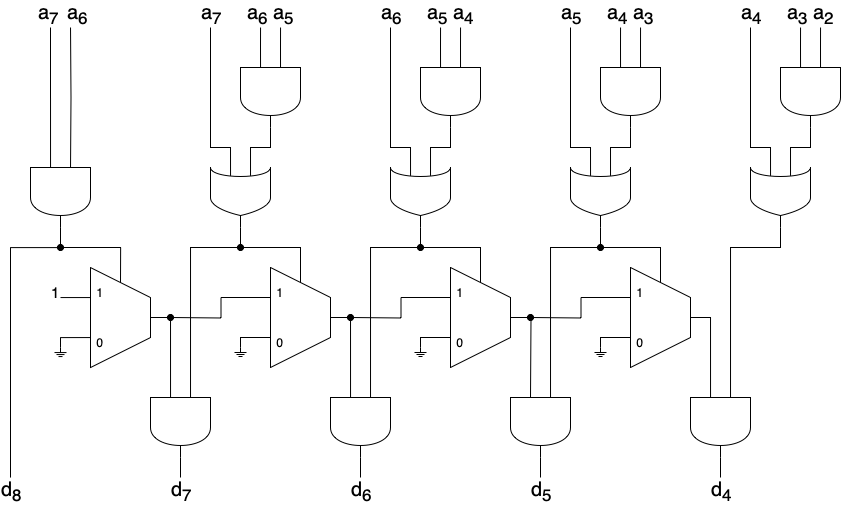
Earlier version of the draw.io export Logic Diagrams/CARRY_4BIT_SLICE.png (savedbyawaif/ApproxNOD). Source tidied: cells renumbered, new cells last; positions are measured from the earlier drawing's top-left corner, leaving out a move shared by most shapes.
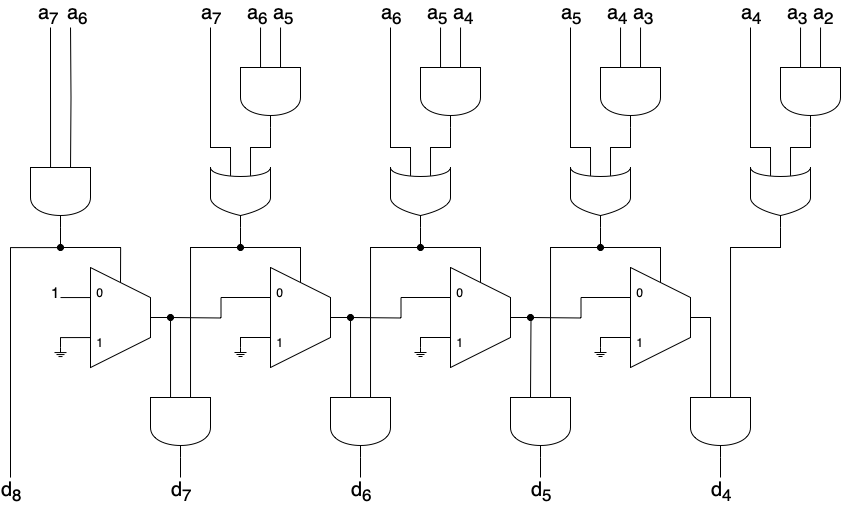
Later version of the same file.

Diff of the diagram source:
```diff
@@ -226,22 +226,22 @@
     <mxCell id="45" style="shape=(stored shape, 384 characters);whiteSpace=wrap;html=1;fontSize=10;direction=south;" parent="1" vertex="1">
       <mxGeometry x="680" y="370" width="60" height="60" as="geometry" />
     </mxCell>
-    <mxCell id="46" value="1" style="text;strokeColor=none;align=center;fillColor=none;html=1;verticalAlign=middle;whiteSpace=wrap;rounded=0;" parent="1" vertex="1">
+    <mxCell id="46" value="0" style="text;strokeColor=none;align=center;fillColor=none;html=1;verticalAlign=middle;whiteSpace=wrap;rounded=0;" parent="1" vertex="1">
       <mxGeometry x="80" y="250.1" width="20" height="30" as="geometry" />
     </mxCell>
-    <mxCell id="47" value="0" style="text;strokeColor=none;align=center;fillColor=none;html=1;verticalAlign=middle;whiteSpace=wrap;rounded=0;" parent="1" vertex="1">
+    <mxCell id="47" value="1" style="text;strokeColor=none;align=center;fillColor=none;html=1;verticalAlign=middle;whiteSpace=wrap;rounded=0;" parent="1" vertex="1">
       <mxGeometry x="80" y="300.1" width="20" height="30" as="geometry" />
     </mxCell>
-    <mxCell id="48" value="1" style="text;strokeColor=none;align=center;fillColor=none;html=1;verticalAlign=middle;whiteSpace=wrap;rounded=0;" parent="1" vertex="1">
+    <mxCell id="48" value="0" style="text;strokeColor=none;align=center;fillColor=none;html=1;verticalAlign=middle;whiteSpace=wrap;rounded=0;" parent="1" vertex="1">
       <mxGeometry x="440" y="250" width="20" height="30" as="geometry" />
     </mxCell>
-    <mxCell id="49" value="0" style="text;strokeColor=none;align=center;fillColor=none;html=1;verticalAlign=middle;whiteSpace=wrap;rounded=0;" parent="1" vertex="1">
+    <mxCell id="49" value="1" style="text;strokeColor=none;align=center;fillColor=none;html=1;verticalAlign=middle;whiteSpace=wrap;rounded=0;" parent="1" vertex="1">
       <mxGeometry x="440" y="300" width="20" height="30" as="geometry" />
     </mxCell>
-    <mxCell id="50" value="0" style="text;strokeColor=none;align=center;fillColor=none;html=1;verticalAlign=middle;whiteSpace=wrap;rounded=0;" parent="1" vertex="1">
+    <mxCell id="50" value="1" style="text;strokeColor=none;align=center;fillColor=none;html=1;verticalAlign=middle;whiteSpace=wrap;rounded=0;" parent="1" vertex="1">
       <mxGeometry x="620" y="300" width="20" height="30" as="geometry" />
     </mxCell>
-    <mxCell id="51" value="1" style="text;strokeColor=none;align=center;fillColor=none;html=1;verticalAlign=middle;whiteSpace=wrap;rounded=0;" parent="1" vertex="1">
+    <mxCell id="51" value="0" style="text;strokeColor=none;align=center;fillColor=none;html=1;verticalAlign=middle;whiteSpace=wrap;rounded=0;" parent="1" vertex="1">
       <mxGeometry x="620" y="250" width="20" height="30" as="geometry" />
     </mxCell>
     <mxCell id="52" style="edgeStyle=orthogonalEdgeStyle;rounded=0;jettySize=auto;html=1;exitX=0;exitY=0.666;exitDx=0;exitDy=0;exitPerimeter=0;endArrow=none;endFill=0;" parent="1" edge="1" source="56">
@@ -447,10 +447,10 @@
         </Array>
       </mxGeometry>
     </mxCell>
-    <mxCell id="92" value="1" style="text;strokeColor=none;align=center;fillColor=none;html=1;verticalAlign=middle;whiteSpace=wrap;rounded=0;" parent="1" vertex="1">
+    <mxCell id="92" value="0" style="text;strokeColor=none;align=center;fillColor=none;html=1;verticalAlign=middle;whiteSpace=wrap;rounded=0;" parent="1" vertex="1">
       <mxGeometry x="260" y="250" width="20" height="30" as="geometry" />
     </mxCell>
-    <mxCell id="93" value="0" style="text;strokeColor=none;align=center;fillColor=none;html=1;verticalAlign=middle;whiteSpace=wrap;rounded=0;" parent="1" vertex="1">
+    <mxCell id="93" value="1" style="text;strokeColor=none;align=center;fillColor=none;html=1;verticalAlign=middle;whiteSpace=wrap;rounded=0;" parent="1" vertex="1">
       <mxGeometry x="260" y="300" width="20" height="30" as="geometry" />
     </mxCell>
     <mxCell id="94" style="shape=(stored shape, 384 characters);whiteSpace=wrap;html=1;fontSize=10;direction=south;" parent="1" vertex="1">
```
